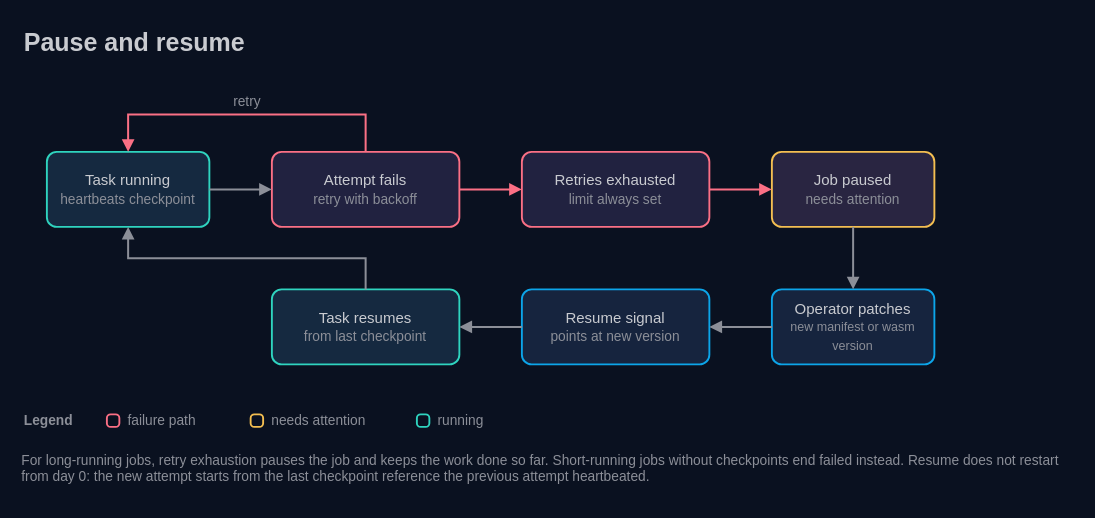
The draw.io diagram docs/architecture/07-pause-and-resume.drawio in AndoNorth/wasm-dag-forge, before the edit. Source tidied: cells renumbered, new cells numbered last; positions are measured from the earlier drawing's top-left corner, leaving out a move shared by most shapes. Both pictures are drawn from the tidied source at 125%, with x=0, y=0 at pixel (21, 21).
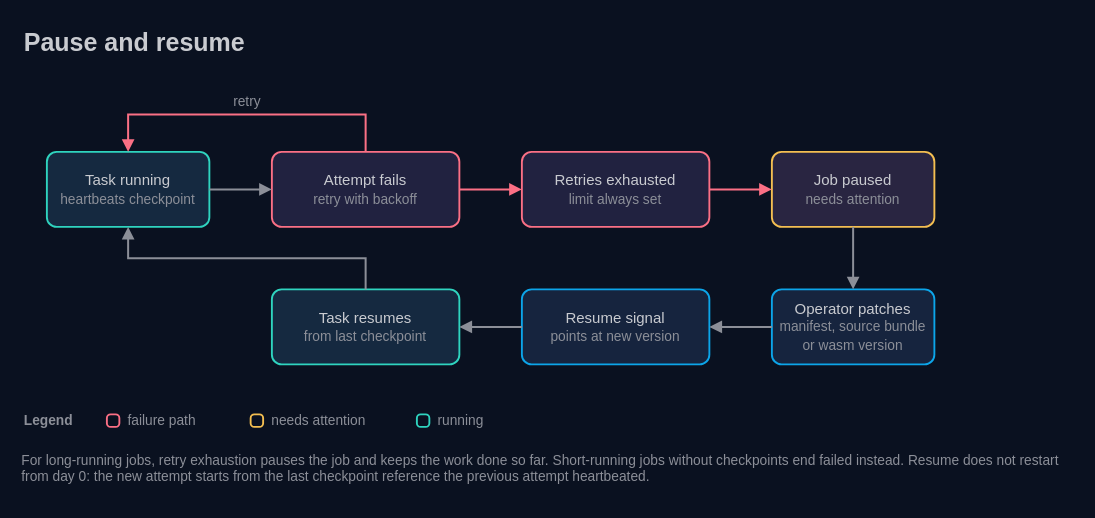
After the change.

What changed in the source:
```diff
@@
-    <mxCell id="7" value="Operator patches&lt;br&gt;&lt;font color=&quot;#8c8f98&quot; style=&quot;font-size:10px&quot;&gt;new manifest or wasm version&lt;/font&gt;" style="rounded=1;arcSize=13;html=1;whiteSpace=wrap;fillColor=#16243e;strokeColor=#0ca5e9;strokeWidth=1.5;fontColor=#c9cbd0;fontSize=12;fontFamily=IBM Plex Sans;" parent="1" vertex="1">
+    <mxCell id="7" value="Operator patches&lt;br&gt;&lt;font color=&quot;#8c8f98&quot; style=&quot;font-size:11px&quot;&gt;manifest, source bundle or wasm version&lt;/font&gt;" style="rounded=1;arcSize=13;html=1;whiteSpace=wrap;fillColor=#16243e;strokeColor=#0ca5e9;strokeWidth=1.5;fontColor=#c9cbd0;fontSize=12;fontFamily=IBM Plex Sans;" parent="1" vertex="1">
       <mxGeometry x="600" y="214" width="130" height="60" as="geometry" />
     </mxCell>
```
